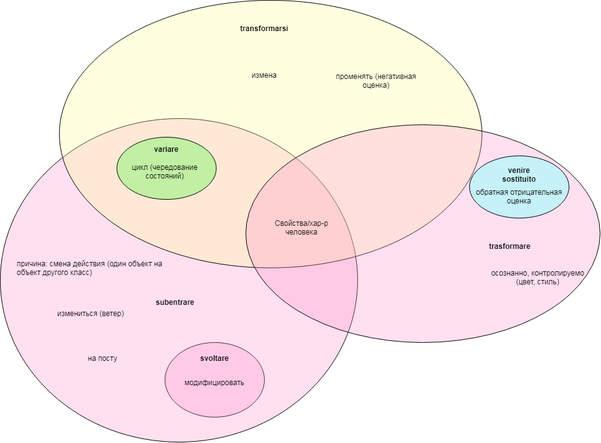
Above: обмен.png in JanaKoko/try (draw.io), before the change. Source tidied: cells renumbered, new cells last; positions are measured from the earlier drawing's top-left corner, leaving out a move shared by most shapes. Its diagram source:
```xml
<mxGraphModel>
  <root>
    <mxCell id="0" />
    <mxCell id="1" parent="0" />
    <mxCell id="2" style="ellipse;whiteSpace=wrap;html=1;fillOpacity=30;fillColor=#FF99CC;" parent="1" vertex="1">
      <mxGeometry x="265" y="550" width="160" height="120" as="geometry" />
    </mxCell>
    <mxCell id="3" style="ellipse;whiteSpace=wrap;html=1;fillOpacity=30;fillColor=#FF99CC;" parent="1" vertex="1">
      <mxGeometry y="190" width="575" height="520" as="geometry" />
    </mxCell>
    <mxCell id="4" style="ellipse;whiteSpace=wrap;html=1;fillOpacity=30;fillColor=#FFFF99;strokeOpacity=100;" parent="1" vertex="1">
      <mxGeometry x="95" width="680" height="430" as="geometry" />
    </mxCell>
    <mxCell id="5" style="ellipse;whiteSpace=wrap;html=1;fillOpacity=30;fillColor=#FF99CC;" parent="1" vertex="1">
      <mxGeometry x="395" y="200" width="570" height="350" as="geometry" />
    </mxCell>
    <mxCell id="6" style="ellipse;whiteSpace=wrap;html=1;fillOpacity=56;fillColor=#99FFFF;" parent="1" vertex="1">
      <mxGeometry x="755" y="250" width="160" height="100" as="geometry" />
    </mxCell>
    <mxCell id="7" value="venire sostituito" style="text;html=1;strokeColor=none;fillColor=none;align=center;verticalAlign=middle;whiteSpace=wrap;rounded=0;fontStyle=1;" parent="1" vertex="1">
      <mxGeometry x="800" y="270" width="70" height="20" as="geometry" />
    </mxCell>
    <mxCell id="8" value="обратная отрицательная оценка" style="text;html=1;strokeColor=none;fillColor=none;align=center;verticalAlign=middle;whiteSpace=wrap;rounded=0;" parent="1" vertex="1">
      <mxGeometry x="755" y="290" width="160" height="50" as="geometry" />
    </mxCell>
    <mxCell id="9" value="trasformare" style="text;html=1;strokeColor=none;fillColor=none;align=center;verticalAlign=middle;whiteSpace=wrap;rounded=0;fontStyle=1;" parent="1" vertex="1">
      <mxGeometry x="785" y="370" width="70" height="50" as="geometry" />
    </mxCell>
    <mxCell id="10" value="осознанно, контролируемо (цвет, стиль)" style="text;html=1;strokeColor=none;fillColor=none;align=center;verticalAlign=middle;whiteSpace=wrap;rounded=0;" parent="1" vertex="1">
      <mxGeometry x="785" y="420" width="160" height="50" as="geometry" />
    </mxCell>
    <mxCell id="11" value="transformarsi" style="text;html=1;strokeColor=none;fillColor=none;align=center;verticalAlign=middle;whiteSpace=wrap;rounded=0;fontStyle=1;" parent="1" vertex="1">
      <mxGeometry x="360" y="20" width="130" height="50" as="geometry" />
    </mxCell>
    <mxCell id="12" value="измена" style="text;html=1;strokeColor=none;fillColor=none;align=center;verticalAlign=middle;whiteSpace=wrap;rounded=0;" parent="1" vertex="1">
      <mxGeometry x="375" y="95" width="100" height="50" as="geometry" />
    </mxCell>
    <mxCell id="13" value="променять (негативная оценка)" style="text;html=1;strokeColor=none;fillColor=none;align=center;verticalAlign=middle;whiteSpace=wrap;rounded=0;" parent="1" vertex="1">
      <mxGeometry x="525" y="104.3" width="160" height="50" as="geometry" />
    </mxCell>
    <mxCell id="14" value="Свойства/хар-р человека" style="text;html=1;strokeColor=none;fillColor=none;align=center;verticalAlign=middle;whiteSpace=wrap;rounded=0;" parent="1" vertex="1">
      <mxGeometry x="425" y="340" width="120" height="50" as="geometry" />
    </mxCell>
    <mxCell id="15" style="ellipse;whiteSpace=wrap;html=1;fillOpacity=30;fillColor=#33FF33;" parent="1" vertex="1">
      <mxGeometry x="187.5" y="220" width="160" height="100" as="geometry" />
    </mxCell>
    <mxCell id="16" value="цикл (чередование состояний)" style="text;html=1;strokeColor=none;fillColor=none;align=center;verticalAlign=middle;whiteSpace=wrap;rounded=0;" parent="1" vertex="1">
      <mxGeometry x="185" y="250" width="160" height="50" as="geometry" />
    </mxCell>
    <mxCell id="17" value="variare" style="text;html=1;strokeColor=none;fillColor=none;align=center;verticalAlign=middle;whiteSpace=wrap;rounded=0;fontStyle=1;" parent="1" vertex="1">
      <mxGeometry x="235" y="228.6" width="65" height="21.4" as="geometry" />
    </mxCell>
    <mxCell id="18" value="на посту" style="text;html=1;strokeColor=none;fillColor=none;align=center;verticalAlign=middle;whiteSpace=wrap;rounded=0;" parent="1" vertex="1">
      <mxGeometry x="85" y="550" width="160" height="50" as="geometry" />
    </mxCell>
    <mxCell id="19" value="subentrare" style="text;html=1;strokeColor=none;fillColor=none;align=center;verticalAlign=middle;whiteSpace=wrap;rounded=0;fontStyle=1;" parent="1" vertex="1">
      <mxGeometry x="225" y="450" width="112.5" height="70" as="geometry" />
    </mxCell>
    <mxCell id="20" value="модифицировать" style="text;html=1;strokeColor=none;fillColor=none;align=center;verticalAlign=middle;whiteSpace=wrap;rounded=0;" parent="1" vertex="1">
      <mxGeometry x="285" y="583" width="120" height="61.4" as="geometry" />
    </mxCell>
    <mxCell id="21" value="svoltare" style="text;html=1;strokeColor=none;fillColor=none;align=center;verticalAlign=middle;whiteSpace=wrap;rounded=0;fontStyle=1;" parent="1" vertex="1">
      <mxGeometry x="315" y="550" width="60" height="50" as="geometry" />
    </mxCell>
    <mxCell id="22" value="причина: смена действия (один объект на объект другого класс)" style="text;whiteSpace=wrap;html=1;" parent="1" vertex="1">
      <mxGeometry x="25" y="410" width="260" height="60" as="geometry" />
    </mxCell>
    <mxCell id="23" value="измениться (ветер)" style="text;whiteSpace=wrap;html=1;" parent="1" vertex="1">
      <mxGeometry x="90" y="490" width="130" height="30" as="geometry" />
    </mxCell>
  </root>
</mxGraphModel>
```
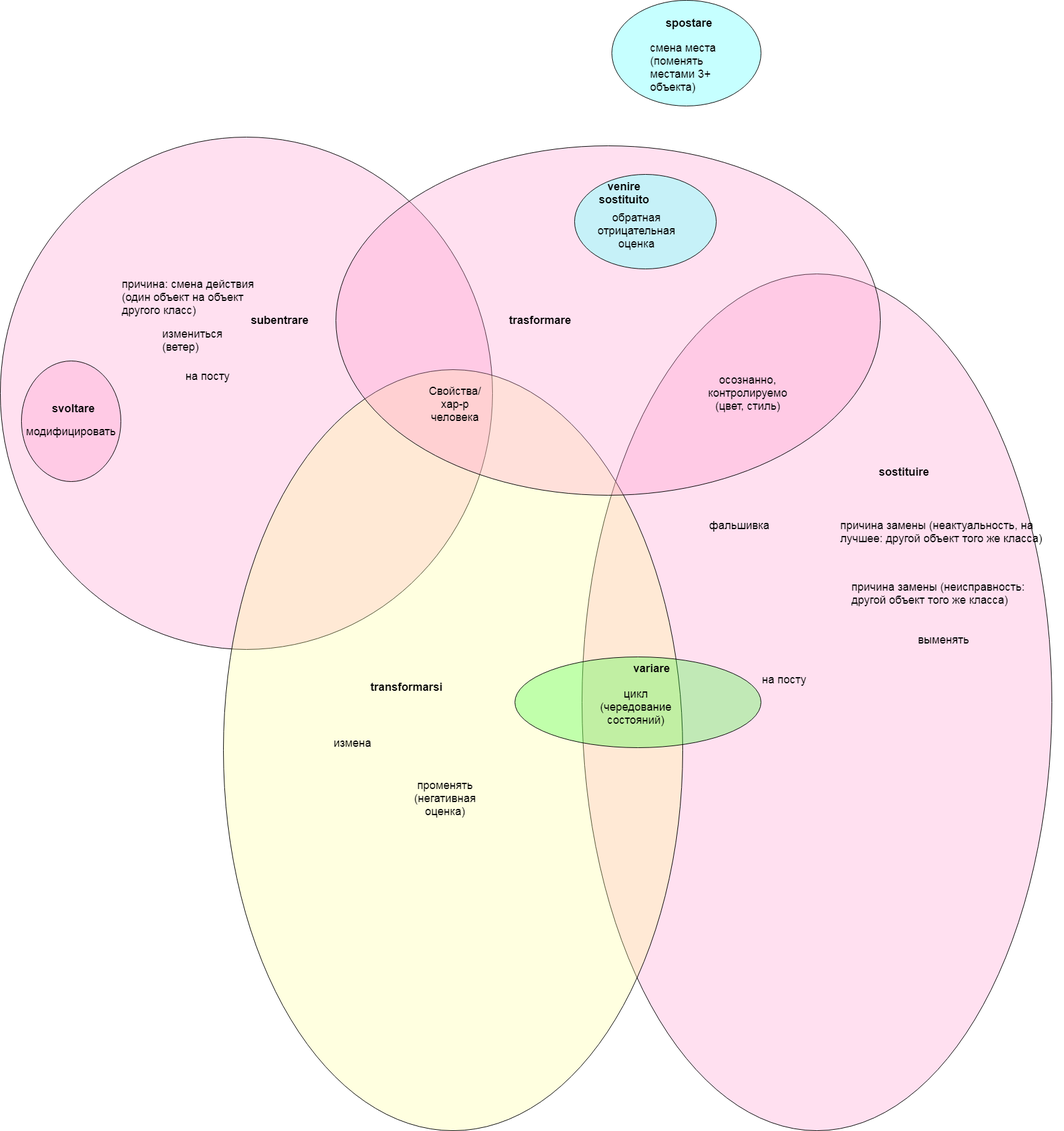
The same file after the commit.

Diff of the diagram source:
```diff
@@ -2,71 +2,101 @@
   <root>
     <mxCell id="0" />
     <mxCell id="1" parent="0" />
+    <mxCell id="24" style="ellipse;whiteSpace=wrap;html=1;fillOpacity=30;fillColor=#FF99CC;" parent="1" vertex="1">
+      <mxGeometry x="767" y="410" width="756" height="1378" as="geometry" />
+    </mxCell>
+    <mxCell id="3" style="ellipse;whiteSpace=wrap;html=1;fillOpacity=30;fillColor=#FF99CC;" parent="1" vertex="1">
+      <mxGeometry x="-169" y="190" width="792" height="824" as="geometry" />
+    </mxCell>
     <mxCell id="2" style="ellipse;whiteSpace=wrap;html=1;fillOpacity=30;fillColor=#FF99CC;" parent="1" vertex="1">
-      <mxGeometry x="265" y="550" width="160" height="120" as="geometry" />
+      <mxGeometry x="-135" y="550" width="160" height="194" as="geometry" />
     </mxCell>
-    <mxCell id="3" style="ellipse;whiteSpace=wrap;html=1;fillOpacity=30;fillColor=#FF99CC;" parent="1" vertex="1">
-      <mxGeometry y="190" width="575" height="520" as="geometry" />
-    </mxCell>
     <mxCell id="4" style="ellipse;whiteSpace=wrap;html=1;fillOpacity=30;fillColor=#FFFF99;strokeOpacity=100;" parent="1" vertex="1">
-      <mxGeometry x="95" width="680" height="430" as="geometry" />
+      <mxGeometry x="190" y="564" width="739" height="1224" as="geometry" />
     </mxCell>
     <mxCell id="5" style="ellipse;whiteSpace=wrap;html=1;fillOpacity=30;fillColor=#FF99CC;" parent="1" vertex="1">
-      <mxGeometry x="395" y="200" width="570" height="350" as="geometry" />
+      <mxGeometry x="371" y="204" width="876" height="562" as="geometry" />
     </mxCell>
     <mxCell id="6" style="ellipse;whiteSpace=wrap;html=1;fillOpacity=56;fillColor=#99FFFF;" parent="1" vertex="1">
-      <mxGeometry x="755" y="250" width="160" height="100" as="geometry" />
+      <mxGeometry x="755" y="250" width="228" height="152" as="geometry" />
     </mxCell>
-    <mxCell id="7" value="venire sostituito" style="text;html=1;strokeColor=none;fillColor=none;align=center;verticalAlign=middle;whiteSpace=wrap;rounded=0;fontStyle=1;" parent="1" vertex="1">
+    <mxCell id="7" value="venire sostituito" style="text;html=1;strokeColor=none;fillColor=none;align=center;verticalAlign=middle;whiteSpace=wrap;rounded=0;fontStyle=1;fontSize=18;" parent="1" vertex="1">
       <mxGeometry x="800" y="270" width="70" height="20" as="geometry" />
     </mxCell>
-    <mxCell id="8" value="обратная отрицательная оценка" style="text;html=1;strokeColor=none;fillColor=none;align=center;verticalAlign=middle;whiteSpace=wrap;rounded=0;" parent="1" vertex="1">
-      <mxGeometry x="755" y="290" width="160" height="50" as="geometry" />
-    </mxCell>
-    <mxCell id="9" value="trasformare" style="text;html=1;strokeColor=none;fillColor=none;align=center;verticalAlign=middle;whiteSpace=wrap;rounded=0;fontStyle=1;" parent="1" vertex="1">
-      <mxGeometry x="785" y="370" width="70" height="50" as="geometry" />
-    </mxCell>
-    <mxCell id="10" value="осознанно, контролируемо (цвет, стиль)" style="text;html=1;strokeColor=none;fillColor=none;align=center;verticalAlign=middle;whiteSpace=wrap;rounded=0;" parent="1" vertex="1">
-      <mxGeometry x="785" y="420" width="160" height="50" as="geometry" />
-    </mxCell>
-    <mxCell id="11" value="transformarsi" style="text;html=1;strokeColor=none;fillColor=none;align=center;verticalAlign=middle;whiteSpace=wrap;rounded=0;fontStyle=1;" parent="1" vertex="1">
-      <mxGeometry x="360" y="20" width="130" height="50" as="geometry" />
+    <mxCell id="11" value="transformarsi" style="text;html=1;strokeColor=none;fillColor=none;align=center;verticalAlign=middle;whiteSpace=wrap;rounded=0;fontStyle=1;fontSize=18;" parent="1" vertex="1">
+      <mxGeometry x="420" y="1050" width="130" height="50" as="geometry" />
     </mxCell>
-    <mxCell id="12" value="измена" style="text;html=1;strokeColor=none;fillColor=none;align=center;verticalAlign=middle;whiteSpace=wrap;rounded=0;" parent="1" vertex="1">
-      <mxGeometry x="375" y="95" width="100" height="50" as="geometry" />
+    <mxCell id="12" value="измена" style="text;html=1;strokeColor=none;fillColor=none;align=center;verticalAlign=middle;whiteSpace=wrap;rounded=0;fontSize=18;" parent="1" vertex="1">
+      <mxGeometry x="347.5" y="1140" width="100" height="50" as="geometry" />
     </mxCell>
-    <mxCell id="13" value="променять (негативная оценка)" style="text;html=1;strokeColor=none;fillColor=none;align=center;verticalAlign=middle;whiteSpace=wrap;rounded=0;" parent="1" vertex="1">
-      <mxGeometry x="525" y="104.3" width="160" height="50" as="geometry" />
+    <mxCell id="13" value="променять (негативная оценка)" style="text;html=1;strokeColor=none;fillColor=none;align=center;verticalAlign=middle;whiteSpace=wrap;rounded=0;fontSize=18;" parent="1" vertex="1">
+      <mxGeometry x="467" y="1229" width="160" height="50" as="geometry" />
     </mxCell>
-    <mxCell id="14" value="Свойства/хар-р человека" style="text;html=1;strokeColor=none;fillColor=none;align=center;verticalAlign=middle;whiteSpace=wrap;rounded=0;" parent="1" vertex="1">
-      <mxGeometry x="425" y="340" width="120" height="50" as="geometry" />
-    </mxCell>
     <mxCell id="15" style="ellipse;whiteSpace=wrap;html=1;fillOpacity=30;fillColor=#33FF33;" parent="1" vertex="1">
-      <mxGeometry x="187.5" y="220" width="160" height="100" as="geometry" />
+      <mxGeometry x="659" y="1026" width="396" height="146" as="geometry" />
     </mxCell>
-    <mxCell id="16" value="цикл (чередование состояний)" style="text;html=1;strokeColor=none;fillColor=none;align=center;verticalAlign=middle;whiteSpace=wrap;rounded=0;" parent="1" vertex="1">
-      <mxGeometry x="185" y="250" width="160" height="50" as="geometry" />
+    <mxCell id="16" value="цикл (чередование состояний)" style="text;html=1;strokeColor=none;fillColor=none;align=center;verticalAlign=middle;whiteSpace=wrap;rounded=0;fontSize=18;" parent="1" vertex="1">
+      <mxGeometry x="774.2" y="1082" width="160" height="49" as="geometry" />
     </mxCell>
-    <mxCell id="17" value="variare" style="text;html=1;strokeColor=none;fillColor=none;align=center;verticalAlign=middle;whiteSpace=wrap;rounded=0;fontStyle=1;" parent="1" vertex="1">
-      <mxGeometry x="235" y="228.6" width="65" height="21.4" as="geometry" />
+    <mxCell id="17" value="variare" style="text;html=1;strokeColor=none;fillColor=none;align=center;verticalAlign=middle;whiteSpace=wrap;rounded=0;fontStyle=1;fontSize=18;" parent="1" vertex="1">
+      <mxGeometry x="847" y="1034.6" width="65" height="21.4" as="geometry" />
     </mxCell>
-    <mxCell id="18" value="на посту" style="text;html=1;strokeColor=none;fillColor=none;align=center;verticalAlign=middle;whiteSpace=wrap;rounded=0;" parent="1" vertex="1">
+    <mxCell id="18" value="на посту" style="text;html=1;strokeColor=none;fillColor=none;align=center;verticalAlign=middle;whiteSpace=wrap;rounded=0;fontSize=18;" parent="1" vertex="1">
       <mxGeometry x="85" y="550" width="160" height="50" as="geometry" />
     </mxCell>
-    <mxCell id="19" value="subentrare" style="text;html=1;strokeColor=none;fillColor=none;align=center;verticalAlign=middle;whiteSpace=wrap;rounded=0;fontStyle=1;" parent="1" vertex="1">
+    <mxCell id="19" value="subentrare" style="text;html=1;strokeColor=none;fillColor=none;align=center;verticalAlign=middle;whiteSpace=wrap;rounded=0;fontStyle=1;fontSize=18;" parent="1" vertex="1">
       <mxGeometry x="225" y="450" width="112.5" height="70" as="geometry" />
     </mxCell>
-    <mxCell id="20" value="модифицировать" style="text;html=1;strokeColor=none;fillColor=none;align=center;verticalAlign=middle;whiteSpace=wrap;rounded=0;" parent="1" vertex="1">
-      <mxGeometry x="285" y="583" width="120" height="61.4" as="geometry" />
+    <mxCell id="20" value="модифицировать" style="text;html=1;strokeColor=none;fillColor=none;align=center;verticalAlign=middle;whiteSpace=wrap;rounded=0;fontSize=18;" parent="1" vertex="1">
+      <mxGeometry x="-111.1" y="634.8" width="112.2" height="57.4" as="geometry" />
     </mxCell>
-    <mxCell id="21" value="svoltare" style="text;html=1;strokeColor=none;fillColor=none;align=center;verticalAlign=middle;whiteSpace=wrap;rounded=0;fontStyle=1;" parent="1" vertex="1">
-      <mxGeometry x="315" y="550" width="60" height="50" as="geometry" />
+    <mxCell id="21" value="svoltare" style="text;html=1;strokeColor=none;fillColor=none;align=center;verticalAlign=middle;whiteSpace=wrap;rounded=0;fontStyle=1;fontSize=18;" parent="1" vertex="1">
+      <mxGeometry x="-81.1" y="601.8" width="60" height="50" as="geometry" />
     </mxCell>
-    <mxCell id="22" value="причина: смена действия (один объект на объект другого класс)" style="text;whiteSpace=wrap;html=1;" parent="1" vertex="1">
+    <mxCell id="22" value="причина: смена действия (один объект на объект другого класс)" style="text;whiteSpace=wrap;html=1;fontSize=18;" parent="1" vertex="1">
       <mxGeometry x="25" y="410" width="260" height="60" as="geometry" />
     </mxCell>
-    <mxCell id="23" value="измениться (ветер)" style="text;whiteSpace=wrap;html=1;" parent="1" vertex="1">
+    <mxCell id="23" value="измениться (ветер)" style="text;whiteSpace=wrap;html=1;fontSize=18;" parent="1" vertex="1">
       <mxGeometry x="90" y="490" width="130" height="30" as="geometry" />
     </mxCell>
+    <mxCell id="25" style="ellipse;whiteSpace=wrap;html=1;fillOpacity=56;fillColor=#99FFFF;" parent="1" vertex="1">
+      <mxGeometry x="815" y="-30" width="240" height="170" as="geometry" />
+    </mxCell>
+    <mxCell id="26" value="sostituire" style="text;whiteSpace=wrap;html=1;fontStyle=1;fontSize=18;" parent="1" vertex="1">
+      <mxGeometry x="1242.5" y="712" width="70" height="30" as="geometry" />
+    </mxCell>
+    <mxCell id="27" value="spostare" style="text;whiteSpace=wrap;html=1;fontStyle=1;fontSize=18;" parent="1" vertex="1">
+      <mxGeometry x="900" y="-10" width="70" height="30" as="geometry" />
+    </mxCell>
+    <mxCell id="28" value="смена места (поменять местами 3+ объекта)" style="text;whiteSpace=wrap;html=1;fontSize=18;" parent="1" vertex="1">
+      <mxGeometry x="875" y="29.5" width="160" height="51" as="geometry" />
+    </mxCell>
+    <mxCell id="8" value="обратная отрицательная оценка" style="text;html=1;strokeColor=none;fillColor=none;align=center;verticalAlign=middle;whiteSpace=wrap;rounded=0;fontSize=18;" parent="1" vertex="1">
+      <mxGeometry x="775" y="316" width="160" height="50" as="geometry" />
+    </mxCell>
+    <mxCell id="9" value="trasformare" style="text;html=1;strokeColor=none;fillColor=none;align=center;verticalAlign=middle;whiteSpace=wrap;rounded=0;fontStyle=1;fontSize=18;" parent="1" vertex="1">
+      <mxGeometry x="665" y="460" width="70" height="50" as="geometry" />
+    </mxCell>
+    <mxCell id="29" value="на посту" style="text;whiteSpace=wrap;html=1;fontSize=18;" parent="1" vertex="1">
+      <mxGeometry x="1055" y="1046" width="108" height="54" as="geometry" />
+    </mxCell>
+    <mxCell id="30" value="причина замены (неактуальность, на лучшее: другой объект того же класса)" style="text;whiteSpace=wrap;html=1;fontSize=18;" parent="1" vertex="1">
+      <mxGeometry x="1181" y="798" width="360" height="72" as="geometry" />
+    </mxCell>
+    <mxCell id="10" value="осознанно, контролируемо (цвет, стиль)" style="text;html=1;strokeColor=none;fillColor=none;align=center;verticalAlign=middle;whiteSpace=wrap;rounded=0;fontSize=18;" parent="1" vertex="1">
+      <mxGeometry x="954" y="577" width="160" height="50" as="geometry" />
+    </mxCell>
+    <mxCell id="31" value="фальшивка" style="text;whiteSpace=wrap;html=1;fontSize=18;" parent="1" vertex="1">
+      <mxGeometry x="970" y="798" width="144" height="54" as="geometry" />
+    </mxCell>
+    <mxCell id="32" value="причина замены (неисправность: другой объект того же класса)" style="text;whiteSpace=wrap;html=1;fontSize=18;" parent="1" vertex="1">
+      <mxGeometry x="1199" y="897" width="306" height="72" as="geometry" />
+    </mxCell>
+    <mxCell id="33" value="выменять" style="text;whiteSpace=wrap;html=1;fontSize=18;" parent="1" vertex="1">
+      <mxGeometry x="1306" y="982" width="126" height="54" as="geometry" />
+    </mxCell>
+    <mxCell id="14" value="Свойства/хар-р человека" style="text;html=1;strokeColor=none;fillColor=none;align=center;verticalAlign=middle;whiteSpace=wrap;rounded=0;fontSize=18;" parent="1" vertex="1">
+      <mxGeometry x="503" y="595" width="120" height="50" as="geometry" />
+    </mxCell>
   </root>
 </mxGraphModel>
```
